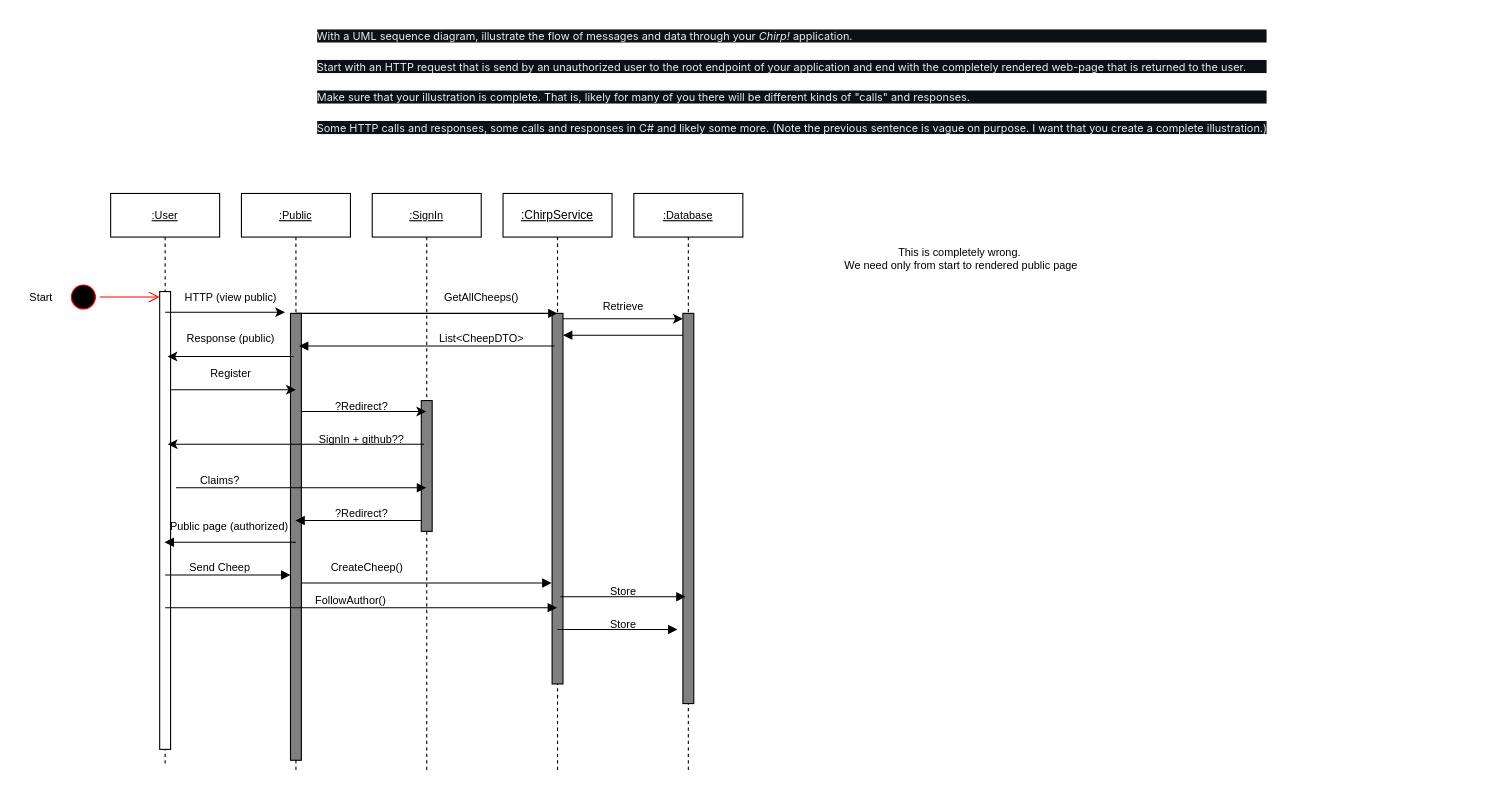
Above: docs/images/SequenceOfFunctionality.drawio in ITU-BDSA23-GROUP22/Chirp (draw.io), before the change. Source tidied: cells renumbered, new cells numbered last; positions are measured from the earlier drawing's top-left corner, leaving out a move shared by most shapes. Both pictures are drawn from the tidied source at 109%, with x=0, y=0 at pixel (19, 19).
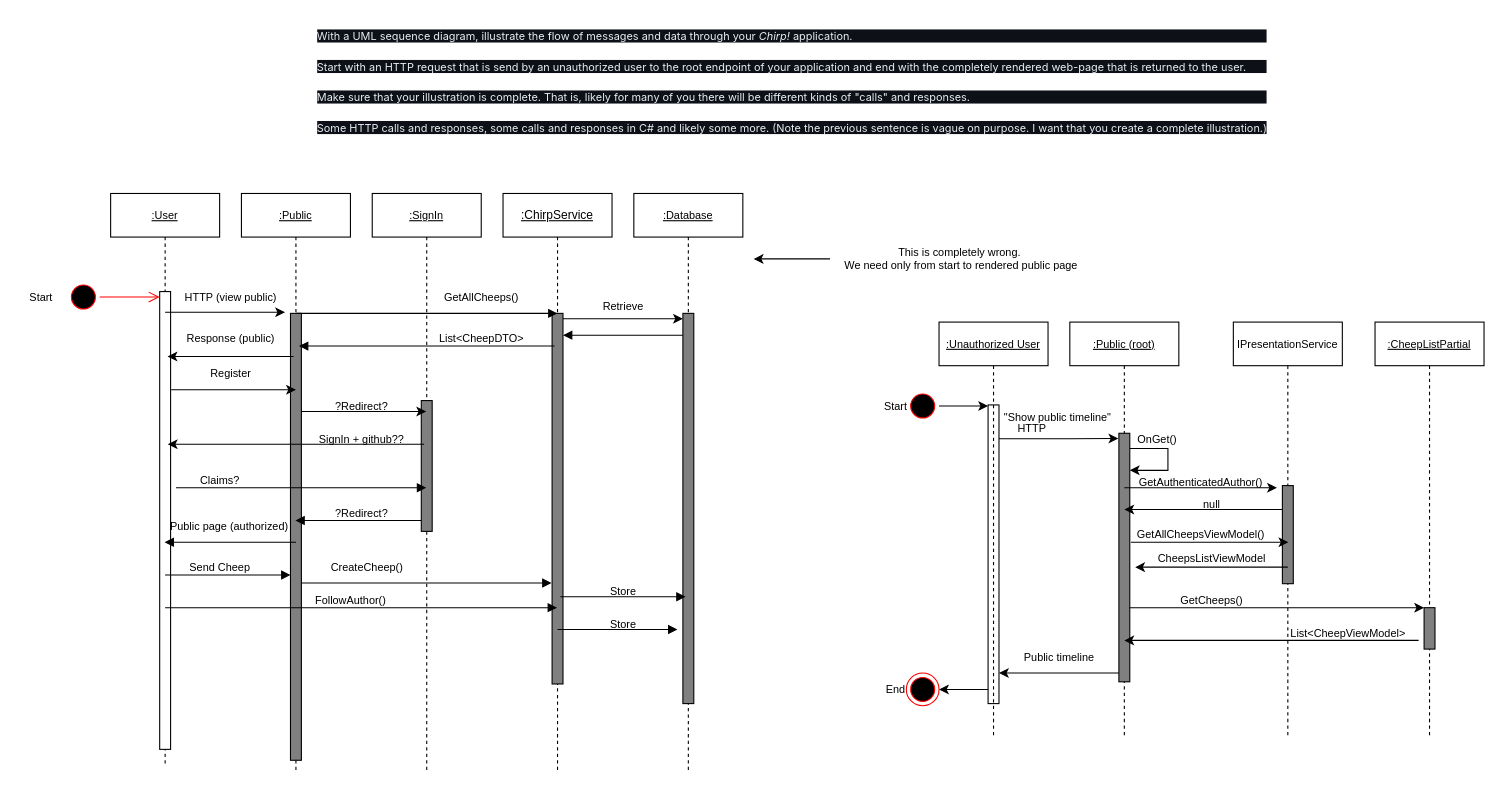
The same diagram, later.

Unchanged cells that the change refers to:
```xml
<mxCell id="50" value="This is completely wrong.&amp;nbsp;&lt;br&gt;We need only from start to rendered public page" style="text;html=1;align=center;verticalAlign=middle;points=[];strokeColor=none;fillColor=none;fontSize=10;fontFamily=Helvetica;fontColor=default;" parent="1" vertex="1">
  <mxGeometry x="744" y="200" width="240" height="40" as="geometry" />
</mxCell>
```

Diff of the diagram source:
```diff
@@
+    <mxCell id="51" style="edgeStyle=none;shape=connector;rounded=0;jettySize=auto;html=1;labelBackgroundColor=default;strokeColor=default;align=center;verticalAlign=middle;fontFamily=Helvetica;fontSize=10;fontColor=default;endArrow=classic;" parent="1" edge="1" source="50">
+      <mxGeometry relative="1" as="geometry">
+        <mxPoint x="674" y="220" as="targetPoint" />
+      </mxGeometry>
+    </mxCell>
@@
+    <mxCell id="52" style="edgeStyle=none;shape=connector;rounded=0;jettySize=auto;html=1;labelBackgroundColor=default;strokeColor=default;align=center;verticalAlign=middle;fontFamily=Helvetica;fontSize=10;fontColor=default;endArrow=classic;" parent="1" edge="1" source="53" target="59">
+      <mxGeometry relative="1" as="geometry" />
+    </mxCell>
+    <mxCell id="53" style="ellipse;html=1;shape=startState;fillColor=#000000;strokeColor=#ff0000;align=center;verticalAlign=middle;fontFamily=Helvetica;fontSize=10;fontColor=default;" parent="1" vertex="1">
+      <mxGeometry x="814" y="340" width="30" height="30" as="geometry" />
+    </mxCell>
+    <mxCell id="54" value="&lt;u&gt;:Public (root)&lt;/u&gt;" style="shape=umlLifeline;perimeter=lifelinePerimeter;whiteSpace=wrap;html=1;outlineConnect=0;portConstraint=eastwest;newEdgeStyle={&quot;edgeStyle&quot;:&quot;elbowEdgeStyle&quot;,&quot;elbow&quot;:&quot;vertical&quot;,&quot;curved&quot;:0,&quot;rounded&quot;:0};align=center;verticalAlign=middle;fontFamily=Helvetica;fontSize=10;fontColor=default;fillColor=none;gradientColor=none;" parent="1" vertex="1">
+      <mxGeometry x="964" y="278" width="100" height="382" as="geometry" />
+    </mxCell>
+    <mxCell id="55" style="html=1;points=[[0,0,0,0,5],[0,1,0,0,-5],[1,0,0,0,5],[1,1,0,0,-5]];perimeter=orthogonalPerimeter;outlineConnect=0;targetShapes=umlLifeline;portConstraint=eastwest;newEdgeStyle={&quot;curved&quot;:0,&quot;rounded&quot;:0};fillColor=#808080;align=center;verticalAlign=middle;fontFamily=Helvetica;fontSize=10;fontColor=default;" parent="54" vertex="1">
+      <mxGeometry x="45" y="102" width="10" height="228" as="geometry" />
+    </mxCell>
+    <mxCell id="56" style="edgeStyle=none;shape=connector;rounded=0;jettySize=auto;html=1;curved=0;labelBackgroundColor=default;strokeColor=default;align=center;verticalAlign=middle;fontFamily=Helvetica;fontSize=10;fontColor=default;endArrow=classic;" parent="54" edge="1" source="54" target="55">
+      <mxGeometry relative="1" as="geometry" />
+    </mxCell>
+    <mxCell id="57" style="edgeStyle=none;shape=connector;rounded=0;orthogonalLoop=1;jettySize=auto;html=1;curved=0;labelBackgroundColor=default;strokeColor=default;align=center;verticalAlign=middle;fontFamily=Helvetica;fontSize=10;fontColor=default;endArrow=classic;" parent="54" edge="1">
+      <mxGeometry relative="1" as="geometry">
+        <mxPoint x="55" y="116" as="sourcePoint" />
+        <mxPoint x="55" y="136" as="targetPoint" />
+        <Array as="points">
+          <mxPoint x="90" y="116" />
+          <mxPoint x="90" y="136" />
+        </Array>
+      </mxGeometry>
+    </mxCell>
+    <mxCell id="58" value="&lt;u&gt;:Unauthorized User&lt;/u&gt;" style="shape=umlLifeline;perimeter=lifelinePerimeter;whiteSpace=wrap;html=1;newEdgeStyle={&quot;edgeStyle&quot;:&quot;elbowEdgeStyle&quot;,&quot;elbow&quot;:&quot;vertical&quot;,&quot;curved&quot;:0,&quot;rounded&quot;:0};align=center;verticalAlign=middle;fontFamily=Helvetica;fontSize=10;fontColor=default;fillColor=none;gradientColor=none;" parent="1" vertex="1">
+      <mxGeometry x="844" y="278" width="100" height="382" as="geometry" />
+    </mxCell>
+    <mxCell id="59" style="html=1;points=[[0,0,0,0,5],[0,1,0,0,-5],[1,0,0,0,5],[1,1,0,0,-5]];perimeter=orthogonalPerimeter;outlineConnect=0;targetShapes=umlLifeline;portConstraint=eastwest;newEdgeStyle={&quot;curved&quot;:0,&quot;rounded&quot;:0};align=center;verticalAlign=middle;fontFamily=Helvetica;fontSize=10;fontColor=default;fillColor=none;gradientColor=none;" parent="58" vertex="1">
+      <mxGeometry x="45" y="76" width="10" height="274" as="geometry" />
+    </mxCell>
+    <mxCell id="60" value="Start" style="text;html=1;align=center;verticalAlign=middle;strokeColor=none;fillColor=none;fontSize=10;fontFamily=Helvetica;fontColor=default;" parent="1" vertex="1">
+      <mxGeometry x="784" y="340" width="40" height="30" as="geometry" />
+    </mxCell>
+    <mxCell id="61" style="edgeStyle=none;shape=connector;rounded=0;jettySize=auto;html=1;curved=0;labelBackgroundColor=default;strokeColor=default;align=center;verticalAlign=middle;fontFamily=Helvetica;fontSize=10;fontColor=default;endArrow=classic;" parent="1" edge="1" source="59">
+      <mxGeometry relative="1" as="geometry">
+        <mxPoint x="1008.5" y="384.8" as="targetPoint" />
+        <Array as="points">
+          <mxPoint x="964" y="385" />
+        </Array>
+      </mxGeometry>
+    </mxCell>
+    <mxCell id="62" value="HTTP" style="text;html=1;align=center;verticalAlign=middle;strokeColor=none;fillColor=none;fontSize=10;fontFamily=Helvetica;fontColor=default;" parent="1" vertex="1">
+      <mxGeometry x="904" y="360" width="50" height="30" as="geometry" />
+    </mxCell>
+    <mxCell id="63" value="&quot;Show public timeline&quot;&amp;nbsp;" style="text;html=1;align=center;verticalAlign=middle;strokeColor=none;fillColor=none;fontSize=10;fontFamily=Helvetica;fontColor=default;" parent="1" vertex="1">
+      <mxGeometry x="894" y="350" width="120" height="30" as="geometry" />
+    </mxCell>
+    <mxCell id="64" value="IPresentationService" style="shape=umlLifeline;perimeter=lifelinePerimeter;whiteSpace=wrap;html=1;newEdgeStyle={&quot;edgeStyle&quot;:&quot;elbowEdgeStyle&quot;,&quot;elbow&quot;:&quot;vertical&quot;,&quot;curved&quot;:0,&quot;rounded&quot;:0};align=center;verticalAlign=middle;fontFamily=Helvetica;fontSize=10;fontColor=default;fillColor=none;gradientColor=none;" parent="1" vertex="1">
+      <mxGeometry x="1114" y="278" width="100" height="382" as="geometry" />
+    </mxCell>
+    <mxCell id="65" style="html=1;perimeter=orthogonalPerimeter;targetShapes=umlLifeline;newEdgeStyle={&quot;curved&quot;:0,&quot;rounded&quot;:0};fillColor=#808080;align=center;verticalAlign=middle;fontFamily=Helvetica;fontSize=10;fontColor=default;" parent="64" vertex="1">
+      <mxGeometry x="45" y="150" width="10" height="90" as="geometry" />
+    </mxCell>
+    <mxCell id="66" value="OnGet()" style="text;html=1;align=center;verticalAlign=middle;strokeColor=none;fillColor=none;fontSize=10;fontFamily=Helvetica;fontColor=default;" parent="1" vertex="1">
+      <mxGeometry x="1014" y="370" width="60" height="30" as="geometry" />
+    </mxCell>
+    <mxCell id="67" style="edgeStyle=none;shape=connector;rounded=0;orthogonalLoop=1;jettySize=auto;html=1;curved=0;labelBackgroundColor=default;strokeColor=default;align=center;verticalAlign=middle;fontFamily=Helvetica;fontSize=10;fontColor=default;endArrow=classic;" parent="1" edge="1">
+      <mxGeometry relative="1" as="geometry">
+        <mxPoint x="1020" y="480" as="sourcePoint" />
+        <mxPoint x="1164.5" y="480" as="targetPoint" />
+      </mxGeometry>
+    </mxCell>
+    <mxCell id="68" value="GetAuthenticatedAuthor()" style="text;html=1;align=center;verticalAlign=middle;strokeColor=none;fillColor=none;fontSize=10;fontFamily=Helvetica;fontColor=default;" parent="1" vertex="1">
+      <mxGeometry x="1014" y="410" width="140" height="30" as="geometry" />
+    </mxCell>
+    <mxCell id="69" style="edgeStyle=none;shape=connector;rounded=0;orthogonalLoop=1;jettySize=auto;html=1;curved=0;labelBackgroundColor=default;strokeColor=default;align=center;verticalAlign=middle;fontFamily=Helvetica;fontSize=10;fontColor=default;endArrow=classic;" parent="1" edge="1">
+      <mxGeometry relative="1" as="geometry">
+        <mxPoint x="1159" y="450" as="sourcePoint" />
+        <mxPoint x="1014" y="450" as="targetPoint" />
+      </mxGeometry>
+    </mxCell>
+    <mxCell id="70" value="null" style="text;html=1;align=center;verticalAlign=middle;strokeColor=none;fillColor=none;fontSize=10;fontFamily=Helvetica;fontColor=default;" parent="1" vertex="1">
+      <mxGeometry x="1074" y="430" width="40" height="30" as="geometry" />
+    </mxCell>
+    <mxCell id="71" style="edgeStyle=none;shape=connector;rounded=0;orthogonalLoop=1;jettySize=auto;html=1;curved=0;labelBackgroundColor=default;strokeColor=default;align=center;verticalAlign=middle;fontFamily=Helvetica;fontSize=10;fontColor=default;endArrow=classic;" parent="1" edge="1">
+      <mxGeometry relative="1" as="geometry">
+        <mxPoint x="1014" y="430" as="sourcePoint" />
+        <mxPoint x="1154" y="430" as="targetPoint" />
+      </mxGeometry>
+    </mxCell>
+    <mxCell id="72" value="GetAllCheepsViewModel()" style="text;html=1;align=center;verticalAlign=middle;strokeColor=none;fillColor=none;fontSize=10;fontFamily=Helvetica;fontColor=default;" parent="1" vertex="1">
+      <mxGeometry x="1014" y="458" width="140" height="30" as="geometry" />
+    </mxCell>
+    <mxCell id="73" style="edgeStyle=none;shape=connector;rounded=0;orthogonalLoop=1;jettySize=auto;html=1;curved=0;labelBackgroundColor=default;strokeColor=default;align=center;verticalAlign=middle;fontFamily=Helvetica;fontSize=10;fontColor=default;endArrow=classic;" parent="1" edge="1">
+      <mxGeometry relative="1" as="geometry">
+        <mxPoint x="1164" y="502.8" as="sourcePoint" />
+        <mxPoint x="1024" y="502.8" as="targetPoint" />
+      </mxGeometry>
+    </mxCell>
+    <mxCell id="74" value="CheepsListViewModel" style="text;html=1;align=center;verticalAlign=middle;strokeColor=none;fillColor=none;fontSize=10;fontFamily=Helvetica;fontColor=default;" parent="1" vertex="1">
+      <mxGeometry x="1034" y="480" width="120" height="30" as="geometry" />
+    </mxCell>
+    <mxCell id="75" value="&lt;u&gt;:CheepListPartial&lt;/u&gt;" style="shape=umlLifeline;perimeter=lifelinePerimeter;whiteSpace=wrap;html=1;newEdgeStyle={&quot;edgeStyle&quot;:&quot;elbowEdgeStyle&quot;,&quot;elbow&quot;:&quot;vertical&quot;,&quot;curved&quot;:0,&quot;rounded&quot;:0};align=center;verticalAlign=middle;fontFamily=Helvetica;fontSize=10;fontColor=default;fillColor=none;gradientColor=none;" parent="1" vertex="1">
+      <mxGeometry x="1244" y="278" width="100" height="382" as="geometry" />
+    </mxCell>
+    <mxCell id="76" style="html=1;points=[[0,0,0,0,5],[0,1,0,0,-5],[1,0,0,0,5],[1,1,0,0,-5]];perimeter=orthogonalPerimeter;outlineConnect=0;targetShapes=umlLifeline;portConstraint=eastwest;newEdgeStyle={&quot;curved&quot;:0,&quot;rounded&quot;:0};fillColor=#808080;align=center;verticalAlign=middle;fontFamily=Helvetica;fontSize=10;fontColor=default;" parent="75" vertex="1">
+      <mxGeometry x="45" y="262" width="10" height="38" as="geometry" />
+    </mxCell>
+    <mxCell id="77" style="edgeStyle=none;shape=connector;rounded=0;jettySize=auto;html=1;curved=0;labelBackgroundColor=default;strokeColor=default;align=center;verticalAlign=middle;fontFamily=Helvetica;fontSize=10;fontColor=default;endArrow=classic;" parent="1" edge="1" source="55" target="76">
+      <mxGeometry relative="1" as="geometry" />
+    </mxCell>
+    <mxCell id="78" value="GetCheeps()" style="text;html=1;align=center;verticalAlign=middle;strokeColor=none;fillColor=none;fontSize=10;fontFamily=Helvetica;fontColor=default;" parent="1" vertex="1">
+      <mxGeometry x="1054" y="518" width="80" height="30" as="geometry" />
+    </mxCell>
+    <mxCell id="79" style="edgeStyle=none;shape=connector;rounded=0;orthogonalLoop=1;jettySize=auto;html=1;curved=0;labelBackgroundColor=default;strokeColor=default;align=center;verticalAlign=middle;fontFamily=Helvetica;fontSize=10;fontColor=default;endArrow=classic;" parent="1" edge="1">
+      <mxGeometry relative="1" as="geometry">
+        <mxPoint x="1284" y="570" as="sourcePoint" />
+        <mxPoint x="1014" y="570" as="targetPoint" />
+      </mxGeometry>
+    </mxCell>
+    <mxCell id="80" value="List&amp;lt;CheepViewModel&amp;gt;" style="text;html=1;align=center;verticalAlign=middle;strokeColor=none;fillColor=none;fontSize=10;fontFamily=Helvetica;fontColor=default;" parent="1" vertex="1">
+      <mxGeometry x="1154" y="548" width="130" height="30" as="geometry" />
+    </mxCell>
+    <mxCell id="81" style="edgeStyle=none;shape=connector;rounded=0;orthogonalLoop=1;jettySize=auto;html=1;curved=0;labelBackgroundColor=default;strokeColor=default;align=center;verticalAlign=middle;fontFamily=Helvetica;fontSize=10;fontColor=default;endArrow=classic;" parent="1" edge="1">
+      <mxGeometry relative="1" as="geometry">
+        <mxPoint x="1009" y="600" as="sourcePoint" />
+        <mxPoint x="899" y="600" as="targetPoint" />
+      </mxGeometry>
+    </mxCell>
+    <mxCell id="82" value="Public timeline" style="text;html=1;align=center;verticalAlign=middle;strokeColor=none;fillColor=none;fontSize=10;fontFamily=Helvetica;fontColor=default;" parent="1" vertex="1">
+      <mxGeometry x="909" y="570" width="90" height="30" as="geometry" />
+    </mxCell>
+    <mxCell id="83" style="ellipse;html=1;shape=endState;fillColor=#000000;strokeColor=#ff0000;align=center;verticalAlign=middle;fontFamily=Helvetica;fontSize=10;fontColor=default;" parent="1" vertex="1">
+      <mxGeometry x="814" y="600" width="30" height="30" as="geometry" />
+    </mxCell>
+    <mxCell id="84" style="edgeStyle=none;shape=connector;rounded=0;jettySize=auto;html=1;curved=0;entryX=1;entryY=0.5;entryDx=0;entryDy=0;labelBackgroundColor=default;strokeColor=default;align=center;verticalAlign=middle;fontFamily=Helvetica;fontSize=10;fontColor=default;endArrow=classic;" parent="1" edge="1" source="59" target="83">
+      <mxGeometry relative="1" as="geometry" />
+    </mxCell>
+    <mxCell id="85" value="End" style="text;html=1;align=center;verticalAlign=middle;strokeColor=none;fillColor=none;fontSize=10;fontFamily=Helvetica;fontColor=default;" parent="1" vertex="1">
+      <mxGeometry x="784" y="600" width="40" height="30" as="geometry" />
+    </mxCell>
```
